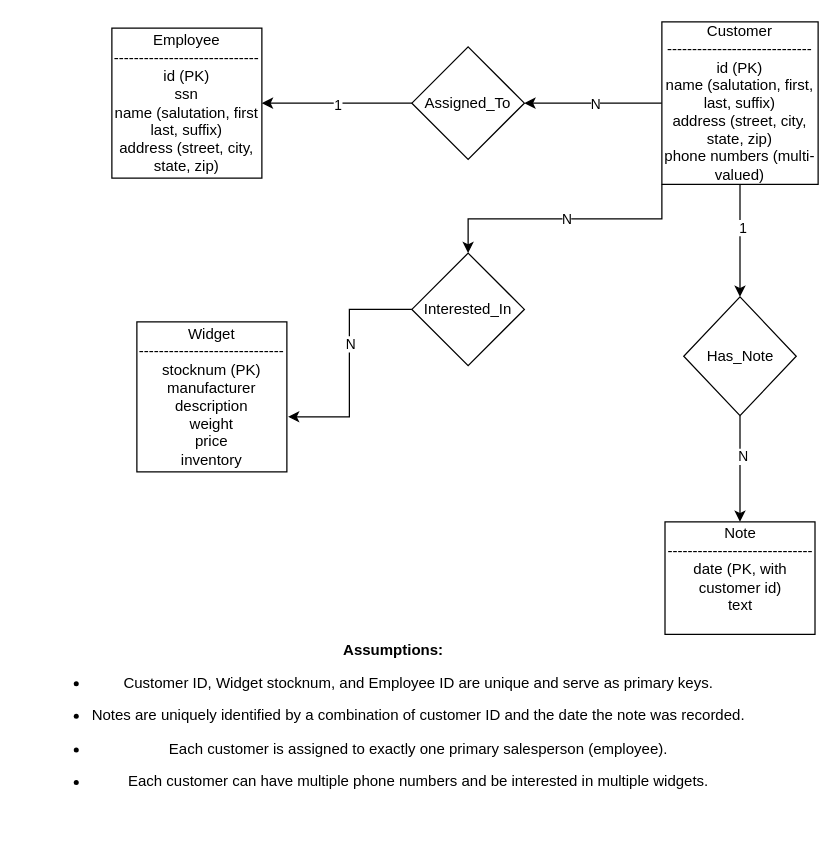
emd5953/Contact_Management_System keeps this draw.io diagram as ER_Diagram/ContactManagement.drawio. Above is the earlier version. Source tidied: cells renumbered, new cells numbered last; positions are measured from the earlier drawing's top-left corner, leaving out a move shared by most shapes. Both pictures are drawn from the tidied source at 125%, with x=0, y=0 at pixel (24, 21).
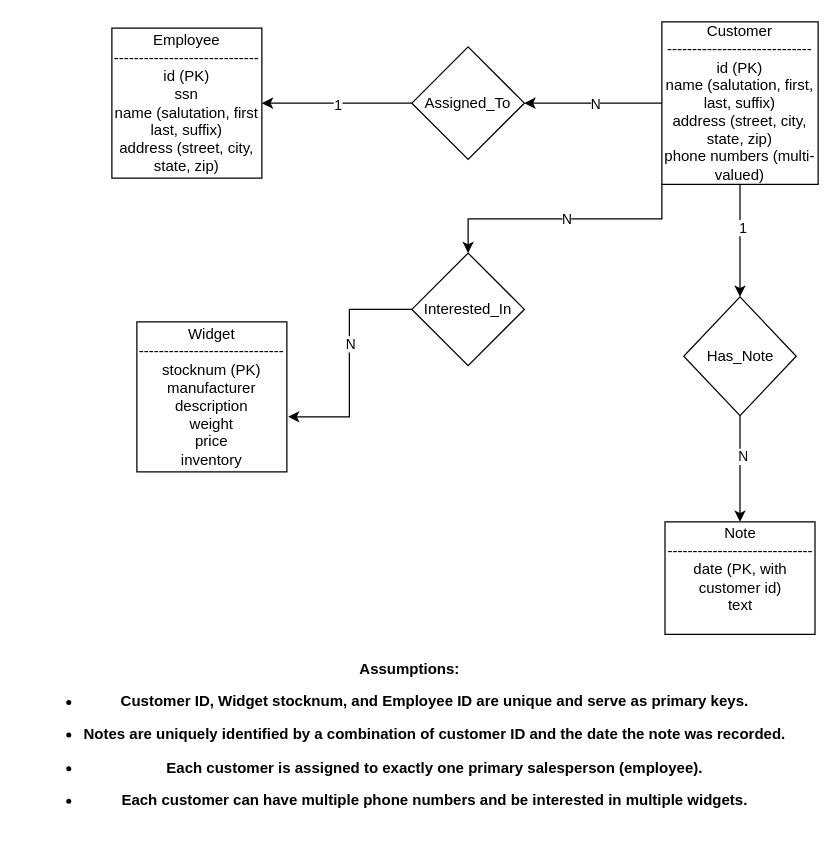
The same diagram, later.

Diff of the diagram source:
```diff
@@
-<mxGraphModel>
+<mxGraphModel background="light-dark(#FFFFFF,#FFFFFF)">
@@
-    <mxCell id="21" value="&lt;p class=&quot;&quot;&gt;&lt;strong&gt;Assumptions:&lt;/strong&gt;&lt;/p&gt;&lt;ul&gt;&lt;li class=&quot;&quot;&gt;&lt;p class=&quot;&quot;&gt;Customer ID, Widget stocknum, and Employee ID are unique and serve as primary keys.&lt;/p&gt;&lt;/li&gt;&lt;li class=&quot;&quot;&gt;&lt;p class=&quot;&quot;&gt;Notes are uniquely identified by a combination of customer ID and the date the note was recorded.&lt;/p&gt;&lt;/li&gt;&lt;li class=&quot;&quot;&gt;&lt;p class=&quot;&quot;&gt;Each customer is assigned to exactly one primary salesperson (employee).&lt;/p&gt;&lt;/li&gt;&lt;li class=&quot;&quot;&gt;&lt;p class=&quot;&quot;&gt;Each customer can have multiple phone numbers and be interested in multiple widgets.&lt;/p&gt;&lt;/li&gt;&lt;/ul&gt;" style="text;html=1;align=center;verticalAlign=middle;strokeColor=none;fillColor=none;" parent="1" vertex="1">
-      <mxGeometry y="475" width="590" height="160" as="geometry" />
+    <mxCell id="21" value="&lt;p class=&quot;&quot;&gt;&lt;strong&gt;&lt;font style=&quot;color: light-dark(rgb(0, 0, 0), rgb(0, 0, 0));&quot;&gt;Assumptions:&lt;/font&gt;&lt;/strong&gt;&lt;/p&gt;&lt;ul&gt;&lt;li class=&quot;&quot;&gt;&lt;p class=&quot;&quot;&gt;&lt;font style=&quot;color: light-dark(rgb(0, 0, 0), rgb(0, 0, 0));&quot;&gt;&lt;b&gt;Customer ID, Widget stocknum, and Employee ID are unique and serve as primary keys.&lt;/b&gt;&lt;/font&gt;&lt;/p&gt;&lt;/li&gt;&lt;li class=&quot;&quot;&gt;&lt;p class=&quot;&quot;&gt;&lt;font style=&quot;color: light-dark(rgb(0, 0, 0), rgb(0, 0, 0));&quot;&gt;&lt;b&gt;Notes are uniquely identified by a combination of customer ID and the date the note was recorded.&lt;/b&gt;&lt;/font&gt;&lt;/p&gt;&lt;/li&gt;&lt;li class=&quot;&quot;&gt;&lt;p class=&quot;&quot;&gt;&lt;font style=&quot;color: light-dark(rgb(0, 0, 0), rgb(0, 0, 0));&quot;&gt;&lt;b&gt;Each customer is assigned to exactly one primary salesperson (employee).&lt;/b&gt;&lt;/font&gt;&lt;/p&gt;&lt;/li&gt;&lt;li class=&quot;&quot;&gt;&lt;p class=&quot;&quot;&gt;&lt;font style=&quot;color: light-dark(rgb(0, 0, 0), rgb(0, 0, 0));&quot;&gt;&lt;b&gt;Each customer can have multiple phone numbers and be interested in multiple widgets.&lt;/b&gt;&lt;/font&gt;&lt;/p&gt;&lt;/li&gt;&lt;/ul&gt;" style="text;html=1;align=center;verticalAlign=middle;" parent="1" vertex="1">
+      <mxGeometry x="-2.5" y="490" width="620" height="160" as="geometry" />
     </mxCell>
```
